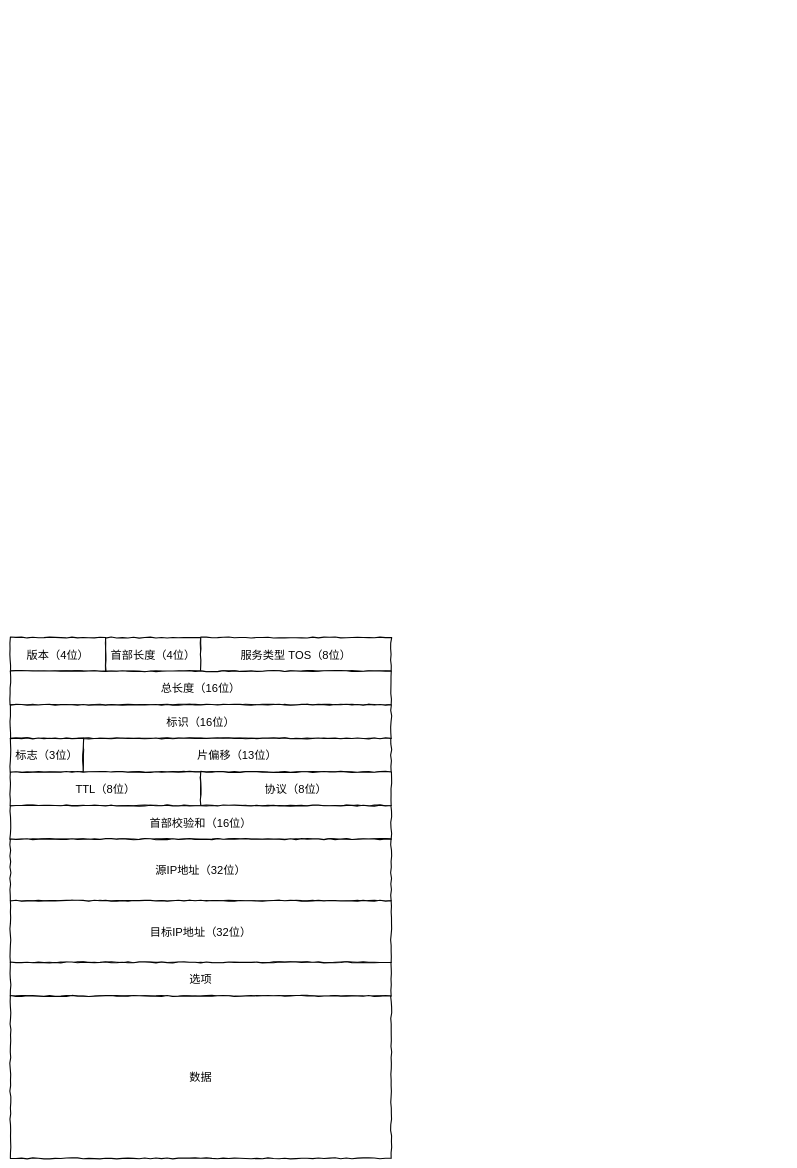
The draw.io diagram IP 报文头部格式.drawio in shershon1991/diagrams-draw.io, before the edit. Source tidied: cells renumbered, new cells numbered last; positions are measured from the earlier drawing's top-left corner, leaving out a move shared by most shapes. Both pictures are drawn from the tidied source at 56%, with x=0, y=0 at pixel (10, 637).
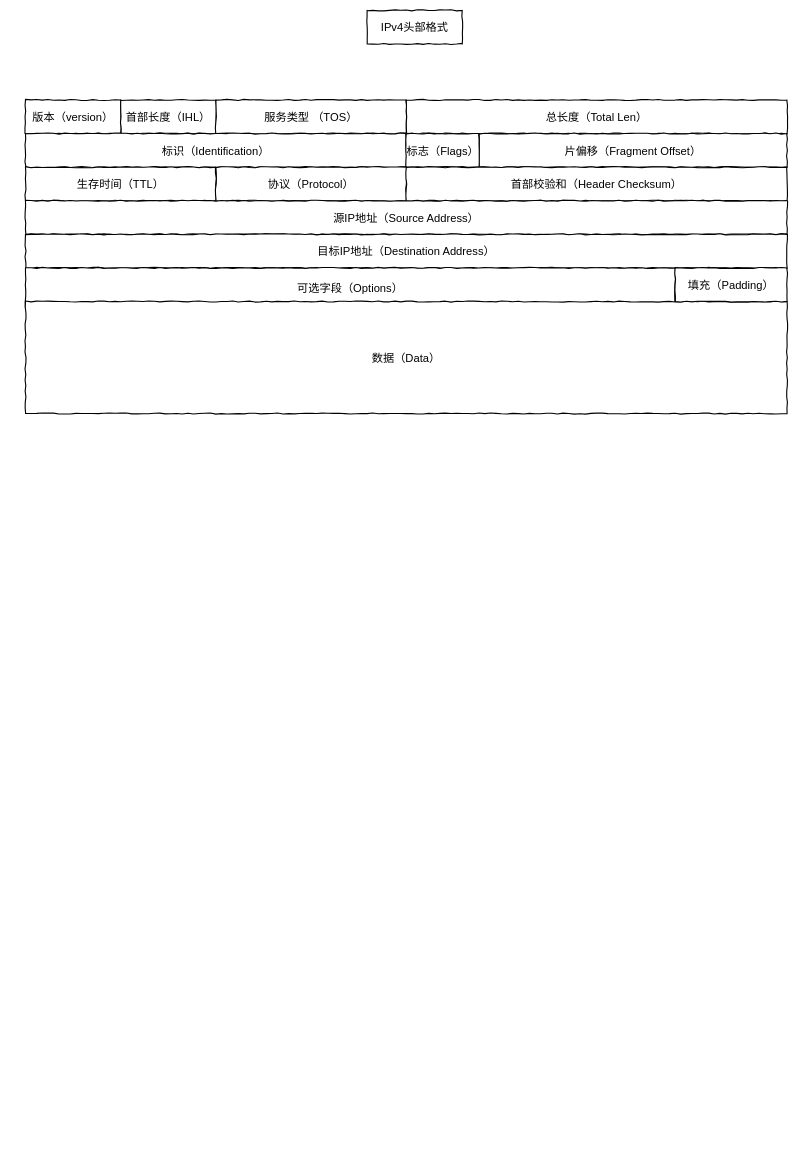
The same page after the edit.

Commit message:
Update IP 报文头部格式.drawio

What changed in the source:
```diff
@@
 <mxGraphModel>
   <root>
     <mxCell id="0" />
     <mxCell id="1" parent="0" />
-    <mxCell id="2" value="版本（4位）" style="rounded=0;whiteSpace=wrap;html=1;comic=1;fontSize=20;strokeWidth=2;" parent="1" vertex="1">
-      <mxGeometry width="170" height="60" as="geometry" />
-    </mxCell>
-    <mxCell id="3" value="首部长度（4位）" style="rounded=0;whiteSpace=wrap;html=1;comic=1;fontSize=20;strokeWidth=2;" parent="1" vertex="1">
-      <mxGeometry x="170" width="170" height="60" as="geometry" />
-    </mxCell>
-    <mxCell id="4" value="服务类型 TOS（8位）" style="rounded=0;whiteSpace=wrap;html=1;comic=1;fontSize=20;strokeWidth=2;" parent="1" vertex="1">
-      <mxGeometry x="340" width="340" height="60" as="geometry" />
-    </mxCell>
-    <mxCell id="5" value="总长度（16位）" style="rounded=0;whiteSpace=wrap;html=1;comic=1;fontSize=20;strokeWidth=2;" parent="1" vertex="1">
-      <mxGeometry y="60" width="680" height="60" as="geometry" />
-    </mxCell>
-    <mxCell id="6" value="标识（16位）" style="rounded=0;whiteSpace=wrap;html=1;comic=1;fontSize=20;strokeWidth=2;" parent="1" vertex="1">
-      <mxGeometry y="120" width="680" height="60" as="geometry" />
-    </mxCell>
-    <mxCell id="7" value="片偏移（13位）" style="rounded=0;whiteSpace=wrap;html=1;comic=1;fontSize=20;strokeWidth=2;" parent="1" vertex="1">
-      <mxGeometry x="130" y="180" width="550" height="60" as="geometry" />
-    </mxCell>
-    <mxCell id="8" value="标志（3位）" style="rounded=0;whiteSpace=wrap;html=1;comic=1;fontSize=20;strokeWidth=2;" parent="1" vertex="1">
-      <mxGeometry y="180" width="130" height="60" as="geometry" />
-    </mxCell>
-    <mxCell id="9" value="TTL（8位）" style="rounded=0;whiteSpace=wrap;html=1;comic=1;fontSize=20;strokeWidth=2;" parent="1" vertex="1">
-      <mxGeometry y="240" width="340" height="60" as="geometry" />
-    </mxCell>
-    <mxCell id="10" value="协议（8位）" style="rounded=0;whiteSpace=wrap;html=1;comic=1;fontSize=20;strokeWidth=2;" parent="1" vertex="1">
-      <mxGeometry x="340" y="240" width="340" height="60" as="geometry" />
-    </mxCell>
-    <mxCell id="11" value="首部校验和（16位）" style="rounded=0;whiteSpace=wrap;html=1;comic=1;fontSize=20;strokeWidth=2;" parent="1" vertex="1">
-      <mxGeometry y="300" width="680" height="60" as="geometry" />
-    </mxCell>
-    <mxCell id="12" value="源IP地址（32位）" style="rounded=0;whiteSpace=wrap;html=1;comic=1;fontSize=20;strokeWidth=2;" parent="1" vertex="1">
-      <mxGeometry y="360" width="680" height="110" as="geometry" />
-    </mxCell>
-    <mxCell id="13" value="目标IP地址（32位）" style="rounded=0;whiteSpace=wrap;html=1;comic=1;fontSize=20;strokeWidth=2;" parent="1" vertex="1">
-      <mxGeometry y="470" width="680" height="110" as="geometry" />
-    </mxCell>
-    <mxCell id="14" value="选项" style="rounded=0;whiteSpace=wrap;html=1;comic=1;fontSize=20;strokeWidth=2;" parent="1" vertex="1">
-      <mxGeometry y="580" width="680" height="60" as="geometry" />
-    </mxCell>
-    <mxCell id="15" value="数据" style="rounded=0;whiteSpace=wrap;html=1;comic=1;fontSize=20;strokeWidth=2;" parent="1" vertex="1">
-      <mxGeometry y="640" width="680" height="290" as="geometry" />
-    </mxCell>
+    <mxCell id="16" value="版本（version）" style="rounded=0;whiteSpace=wrap;html=1;comic=1;fontSize=20;strokeWidth=2;" parent="1" vertex="1">
+      <mxGeometry x="27" y="-960" width="170" height="60" as="geometry" />
+    </mxCell>
+    <mxCell id="17" value="首部长度（IHL）" style="rounded=0;whiteSpace=wrap;html=1;comic=1;fontSize=20;strokeWidth=2;" parent="1" vertex="1">
+      <mxGeometry x="197" y="-960" width="170" height="60" as="geometry" />
+    </mxCell>
+    <mxCell id="18" value="服务类型 （TOS）" style="rounded=0;whiteSpace=wrap;html=1;comic=1;fontSize=20;strokeWidth=2;" parent="1" vertex="1">
+      <mxGeometry x="367" y="-960" width="340" height="60" as="geometry" />
+    </mxCell>
+    <mxCell id="19" value="总长度（Total Len）" style="rounded=0;whiteSpace=wrap;html=1;comic=1;fontSize=20;strokeWidth=2;" parent="1" vertex="1">
+      <mxGeometry x="707" y="-960" width="680" height="60" as="geometry" />
+    </mxCell>
+    <mxCell id="20" value="标识（Identification）" style="rounded=0;whiteSpace=wrap;html=1;comic=1;fontSize=20;strokeWidth=2;" parent="1" vertex="1">
+      <mxGeometry x="27" y="-900" width="680" height="60" as="geometry" />
+    </mxCell>
+    <mxCell id="21" value="片偏移（Fragment Offset）" style="rounded=0;whiteSpace=wrap;html=1;comic=1;fontSize=20;strokeWidth=2;" parent="1" vertex="1">
+      <mxGeometry x="837" y="-900" width="550" height="60" as="geometry" />
+    </mxCell>
+    <mxCell id="22" value="标志（Flags）" style="rounded=0;whiteSpace=wrap;html=1;comic=1;fontSize=20;strokeWidth=2;" parent="1" vertex="1">
+      <mxGeometry x="707" y="-900" width="130" height="60" as="geometry" />
+    </mxCell>
+    <mxCell id="23" value="生存时间（TTL）" style="rounded=0;whiteSpace=wrap;html=1;comic=1;fontSize=20;strokeWidth=2;" parent="1" vertex="1">
+      <mxGeometry x="27" y="-840" width="340" height="60" as="geometry" />
+    </mxCell>
+    <mxCell id="24" value="协议（Protocol）" style="rounded=0;whiteSpace=wrap;html=1;comic=1;fontSize=20;strokeWidth=2;" parent="1" vertex="1">
+      <mxGeometry x="367" y="-840" width="340" height="60" as="geometry" />
+    </mxCell>
+    <mxCell id="25" value="首部校验和（Header Checksum）" style="rounded=0;whiteSpace=wrap;html=1;comic=1;fontSize=20;strokeWidth=2;" parent="1" vertex="1">
+      <mxGeometry x="707" y="-840" width="680" height="60" as="geometry" />
+    </mxCell>
+    <mxCell id="26" value="源IP地址（Source Address）" style="rounded=0;whiteSpace=wrap;html=1;comic=1;fontSize=20;strokeWidth=2;" parent="1" vertex="1">
+      <mxGeometry x="27" y="-780" width="1360" height="60" as="geometry" />
+    </mxCell>
+    <mxCell id="27" value="目标IP地址（Destination Address）" style="rounded=0;whiteSpace=wrap;html=1;comic=1;fontSize=20;strokeWidth=2;" parent="1" vertex="1">
+      <mxGeometry x="27" y="-720" width="1360" height="60" as="geometry" />
+    </mxCell>
+    <mxCell id="28" value="可选字段（Options）" style="rounded=0;whiteSpace=wrap;html=1;comic=1;fontSize=20;strokeWidth=2;" parent="1" vertex="1">
+      <mxGeometry x="27" y="-660" width="1160" height="70" as="geometry" />
+    </mxCell>
+    <mxCell id="29" value="数据（Data）" style="rounded=0;whiteSpace=wrap;html=1;comic=1;fontSize=20;strokeWidth=2;" parent="1" vertex="1">
+      <mxGeometry x="27" y="-600" width="1360" height="200" as="geometry" />
+    </mxCell>
+    <mxCell id="30" value="IPv4头部格式" style="rounded=0;whiteSpace=wrap;html=1;comic=1;fontSize=20;strokeWidth=2;" parent="1" vertex="1">
+      <mxGeometry x="637" y="-1120" width="170" height="60" as="geometry" />
+    </mxCell>
+    <mxCell id="31" value="填充（Padding）" style="rounded=0;whiteSpace=wrap;html=1;comic=1;fontSize=20;strokeWidth=2;" parent="1" vertex="1">
+      <mxGeometry x="1187" y="-660" width="200" height="60" as="geometry" />
+    </mxCell>
   </root>
 </mxGraphModel>
```
